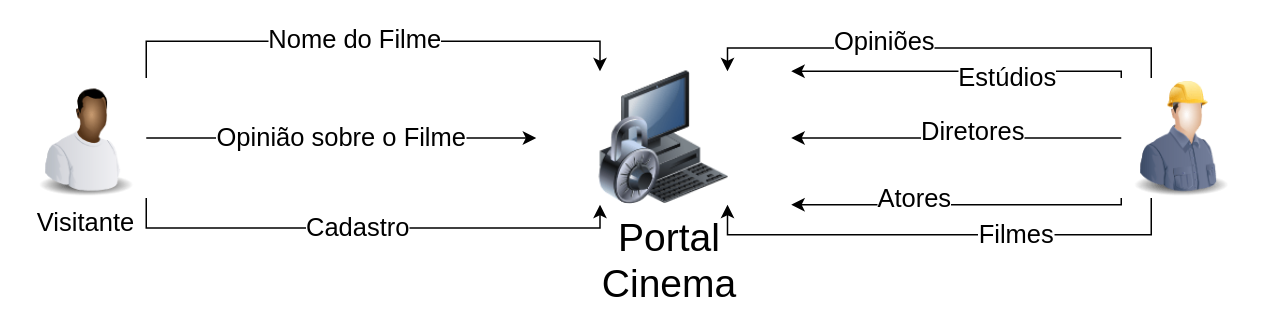
Above: Projeto de Sistemas/Diagrama sem nome.drawio in wprotheus/ifto (draw.io), before the change. Source tidied: cells renumbered, new cells numbered last; positions are measured from the earlier drawing's top-left corner, leaving out a move shared by most shapes. Both pictures are drawn from the tidied source at 150%, with x=0, y=0 at pixel (26, 70).
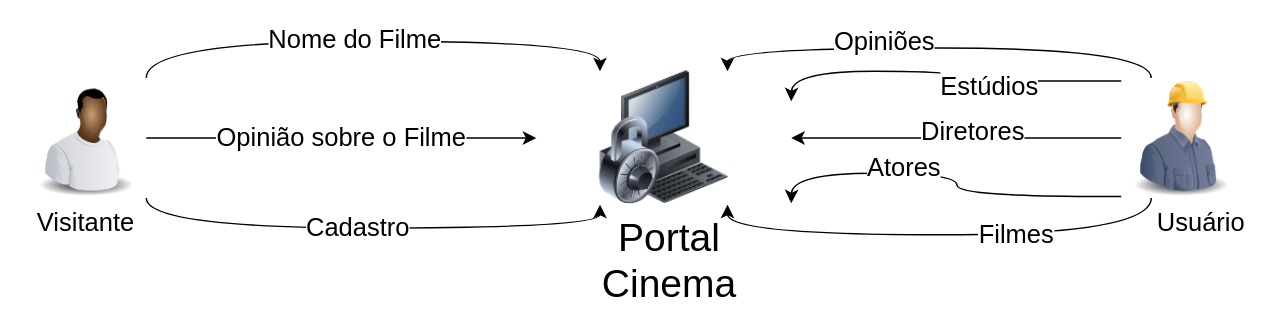
Above is the later version.

The change refers to these unchanged cells:
```xml
<mxCell id="2" value="Portal&lt;br style=&quot;font-size: 26px;&quot;&gt;Cinema" style="image;html=1;image=img/lib/clip_art/computers/Secure_System_128x128.png;whiteSpace=wrap;fontSize=26;spacingLeft=8;" parent="1" vertex="1">
  <mxGeometry x="340" width="170" height="89" as="geometry" />
</mxCell>
<mxCell id="20" value="Visitante" style="image;html=1;image=img/lib/clip_art/people/Worker_Black_128x128.png;whiteSpace=wrap;fontSize=17;" parent="1" vertex="1">
  <mxGeometry y="4.5" width="80" height="80" as="geometry" />
</mxCell>
```

Diff of the diagram source:
```diff
@@
-    <mxCell id="3" style="edgeStyle=orthogonalEdgeStyle;rounded=0;jettySize=auto;html=1;exitX=0.25;exitY=0;exitDx=0;exitDy=0;entryX=0.75;entryY=0;entryDx=0;entryDy=0;fontSize=17;" parent="1" edge="1" source="13" target="2">
+    <mxCell id="3" style="edgeStyle=orthogonalEdgeStyle;rounded=0;jettySize=auto;html=1;exitX=0.25;exitY=0;exitDx=0;exitDy=0;entryX=0.75;entryY=0;entryDx=0;entryDy=0;fontSize=17;curved=1;" parent="1" edge="1" source="13" target="2">
       <mxGeometry relative="1" as="geometry" />
     </mxCell>
@@
-    <mxCell id="5" style="edgeStyle=orthogonalEdgeStyle;rounded=0;jettySize=auto;html=1;exitX=0;exitY=0;exitDx=0;exitDy=0;entryX=1;entryY=0;entryDx=0;entryDy=0;fontSize=17;" parent="1" edge="1" source="13" target="2">
+    <mxCell id="5" style="edgeStyle=orthogonalEdgeStyle;rounded=0;orthogonalLoop=1;jettySize=auto;html=1;exitX=0;exitY=0;exitDx=0;exitDy=0;fontSize=17;curved=1;" parent="1" edge="1">
       <mxGeometry relative="1" as="geometry">
-        <Array as="points">
-          <mxPoint x="730" />
-        </Array>
+        <mxPoint x="730" y="6.5" as="sourcePoint" />
+        <mxPoint x="510" y="20" as="targetPoint" />
       </mxGeometry>
     </mxCell>
@@
-    <mxCell id="7" style="edgeStyle=orthogonalEdgeStyle;rounded=0;jettySize=auto;html=1;entryX=1;entryY=0.5;entryDx=0;entryDy=0;fontSize=17;" parent="1" edge="1" source="13" target="2">
+    <mxCell id="7" style="edgeStyle=orthogonalEdgeStyle;rounded=0;jettySize=auto;html=1;entryX=1;entryY=0.5;entryDx=0;entryDy=0;fontSize=17;curved=1;" parent="1" edge="1" source="13" target="2">
       <mxGeometry relative="1" as="geometry" />
     </mxCell>
@@
-    <mxCell id="9" style="edgeStyle=orthogonalEdgeStyle;rounded=0;jettySize=auto;html=1;exitX=0;exitY=1;exitDx=0;exitDy=0;entryX=1;entryY=1;entryDx=0;entryDy=0;fontSize=17;" parent="1" edge="1" source="13" target="2">
+    <mxCell id="9" style="edgeStyle=orthogonalEdgeStyle;rounded=0;orthogonalLoop=1;jettySize=auto;html=1;exitX=0;exitY=1;exitDx=0;exitDy=0;entryX=1;entryY=1;entryDx=0;entryDy=0;fontSize=17;curved=1;" parent="1" edge="1">
       <mxGeometry relative="1" as="geometry">
-        <Array as="points">
-          <mxPoint x="730" y="89" />
-        </Array>
+        <mxPoint x="730" y="83.5" as="sourcePoint" />
+        <mxPoint x="510" y="88" as="targetPoint" />
       </mxGeometry>
     </mxCell>
@@
-    <mxCell id="11" style="edgeStyle=orthogonalEdgeStyle;rounded=0;jettySize=auto;html=1;exitX=0.25;exitY=1;exitDx=0;exitDy=0;entryX=0.75;entryY=1;entryDx=0;entryDy=0;fontSize=17;" parent="1" edge="1" source="13" target="2">
+    <mxCell id="11" style="edgeStyle=orthogonalEdgeStyle;rounded=0;jettySize=auto;html=1;exitX=0.25;exitY=1;exitDx=0;exitDy=0;entryX=0.75;entryY=1;entryDx=0;entryDy=0;fontSize=17;curved=1;" parent="1" edge="1" source="13" target="2">
       <mxGeometry relative="1" as="geometry" />
     </mxCell>
@@
-    <mxCell id="13" style="image;html=1;image=img/lib/clip_art/people/Construction_Worker_Man_128x128.png;" parent="1" vertex="1">
+    <mxCell id="13" value="Usuário" style="image;html=1;image=img/lib/clip_art/people/Construction_Worker_Man_128x128.png;fontSize=17;spacingLeft=26;" parent="1" vertex="1">
       <mxGeometry x="730" y="4.5" width="80" height="80" as="geometry" />
     </mxCell>
-    <mxCell id="14" style="edgeStyle=orthogonalEdgeStyle;rounded=0;jettySize=auto;html=1;entryX=0;entryY=0.5;entryDx=0;entryDy=0;fontSize=17;" parent="1" edge="1" source="20" target="2">
+    <mxCell id="14" style="edgeStyle=orthogonalEdgeStyle;rounded=0;jettySize=auto;html=1;entryX=0;entryY=0.5;entryDx=0;entryDy=0;fontSize=17;curved=1;" parent="1" edge="1" source="20" target="2">
       <mxGeometry relative="1" as="geometry" />
     </mxCell>
@@
-    <mxCell id="16" style="edgeStyle=orthogonalEdgeStyle;rounded=0;jettySize=auto;html=1;exitX=1;exitY=0;exitDx=0;exitDy=0;entryX=0.25;entryY=0;entryDx=0;entryDy=0;" parent="1" edge="1" source="20" target="2">
+    <mxCell id="16" style="edgeStyle=orthogonalEdgeStyle;rounded=0;jettySize=auto;html=1;exitX=1;exitY=0;exitDx=0;exitDy=0;entryX=0.25;entryY=0;entryDx=0;entryDy=0;curved=1;" parent="1" edge="1" source="20" target="2">
       <mxGeometry relative="1" as="geometry" />
     </mxCell>
@@
-    <mxCell id="18" style="edgeStyle=orthogonalEdgeStyle;rounded=0;jettySize=auto;html=1;exitX=1;exitY=1;exitDx=0;exitDy=0;entryX=0.25;entryY=1;entryDx=0;entryDy=0;" parent="1" edge="1" source="20" target="2">
+    <mxCell id="18" style="edgeStyle=orthogonalEdgeStyle;rounded=0;jettySize=auto;html=1;exitX=1;exitY=1;exitDx=0;exitDy=0;entryX=0.25;entryY=1;entryDx=0;entryDy=0;curved=1;" parent="1" edge="1" source="20" target="2">
       <mxGeometry relative="1" as="geometry" />
     </mxCell>
```
